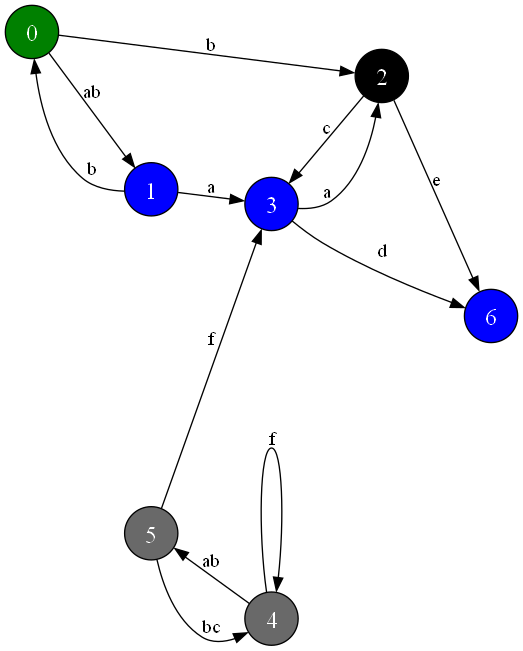
The Graphviz diagram automate.png in HeriniavoFaly/Automate, before a commit. Its source is kept beside it as automate.dot.
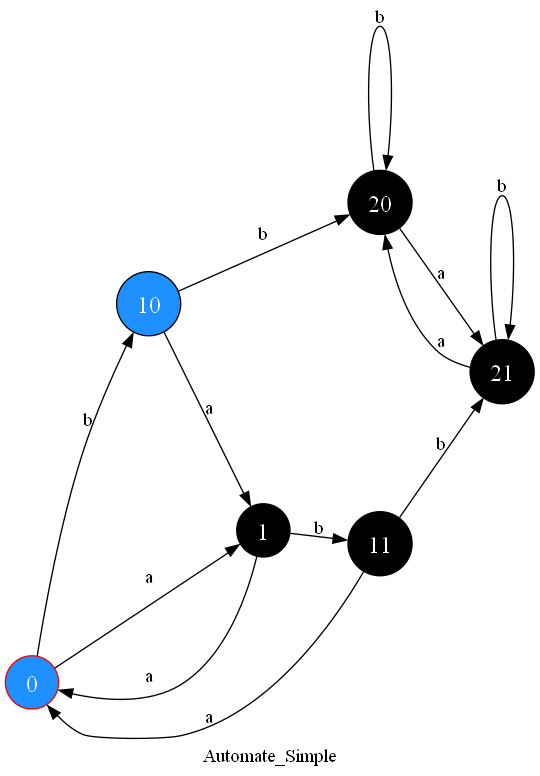
Later version of the same file.

The edit, as a diff of the source:
```diff
@@ -2,22 +2,20 @@
 	nodesep="1.5"
 	rankdir=LR
 	node[shape=circle, fontsize=18 style=filled, fontcolor=white, color=black]
-	0->1[label="ab"]
-	0->2[label="b"]
-	1->0[label="b"]
-	1->3[label="a"]
-	2->3[label="c"]
-	3->2[label="a"]
-	5->3[label="f"]
-	4->5[label="ab"]
-	5->4[label="bc"]
-	4->4[label="f"]
-	3->6[label="d"]
-	2->6[label="e"]
-	0[fillcolor="webgreen"]
-	1[fillcolor="blue"]
-	3[fillcolor="blue"]
-	6[fillcolor="blue"]
-	5[fillcolor="dimgray"]
-	4[fillcolor="dimgray"]
+label="Automate_Simple"
+	0->10[label="b"]
+	10->20[label="b"]
+	20->20[label="b"]
+	20->21[label="a"]
+	21->21[label="b"]
+	21->20[label="a"]
+	10->1[label="a"]
+	1->11[label="b"]
+	11->21[label="b"]
+	11->0[label="a"]
+	0->1[label="a"]
+	1->0[label="a"]
+	0[fillcolor="webgreen", color="red"]
+	10[fillcolor="dodgerblue"]
+	0[fillcolor="dodgerblue"]
 }
```
